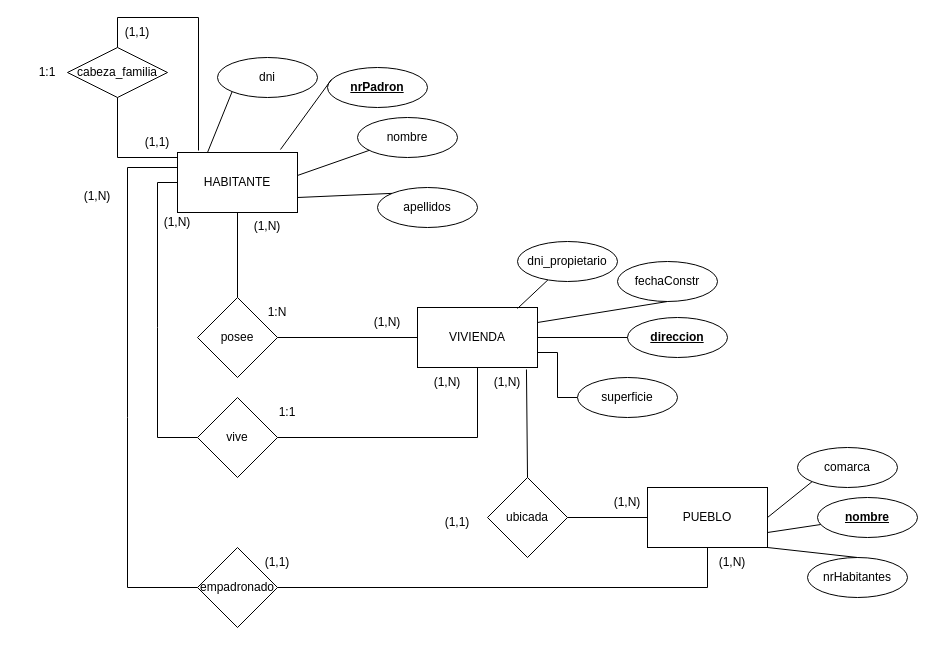
The draw.io diagram U7T2.drawio in memfu/BBDD, before the edit. Source tidied: cells renumbered, new cells numbered last; positions are measured from the earlier drawing's top-left corner, leaving out a move shared by most shapes. Both pictures are drawn from the tidied source at 100%, with x=0, y=0 at pixel (17, 17).
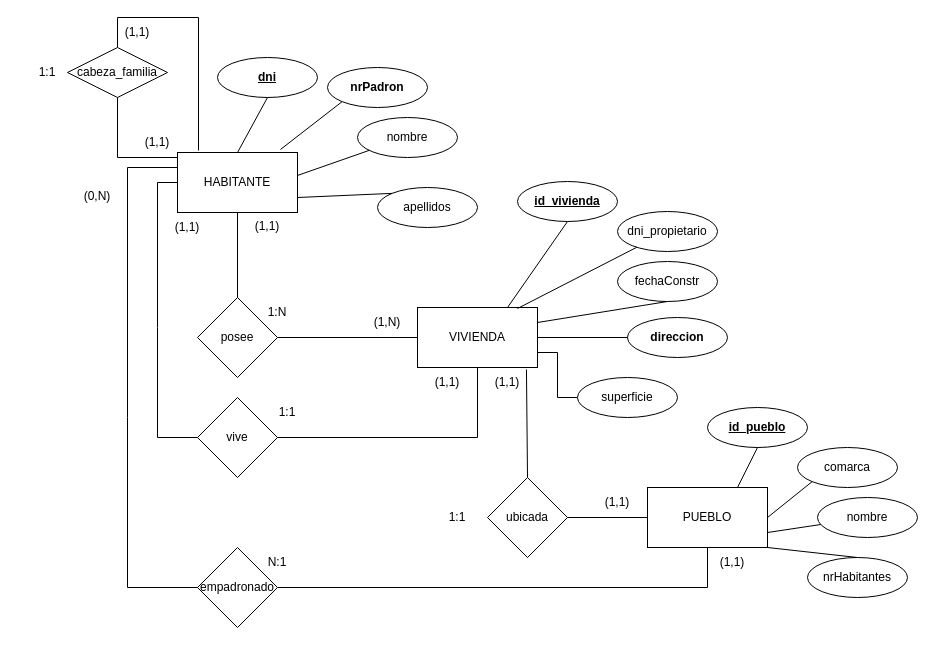
After the change.

The change refers to these unchanged cells:
```xml
<mxCell id="2" value="HABITANTE" style="rounded=0;whiteSpace=wrap;html=1;" parent="1" vertex="1">
  <mxGeometry x="160" y="135" width="120" height="60" as="geometry" />
</mxCell>
<mxCell id="3" value="VIVIENDA" style="rounded=0;whiteSpace=wrap;html=1;" parent="1" vertex="1">
  <mxGeometry x="400" y="290" width="120" height="60" as="geometry" />
</mxCell>
<mxCell id="4" value="PUEBLO" style="rounded=0;whiteSpace=wrap;html=1;" parent="1" vertex="1">
  <mxGeometry x="630" y="470" width="120" height="60" as="geometry" />
</mxCell>
```

What changed in the source:
```diff
@@
-    <mxCell id="6" value="nombre" style="ellipse;whiteSpace=wrap;html=1;fontStyle=5;" parent="1" vertex="1">
+    <mxCell id="6" value="nombre" style="ellipse;whiteSpace=wrap;html=1;fontStyle=0;" parent="1" vertex="1">
       <mxGeometry x="800" y="480" width="100" height="40" as="geometry" />
     </mxCell>
@@
-    <mxCell id="8" value="direccion" style="ellipse;whiteSpace=wrap;html=1;fontStyle=5;" parent="1" vertex="1">
+    <mxCell id="8" value="direccion" style="ellipse;whiteSpace=wrap;html=1;fontStyle=1;" parent="1" vertex="1">
       <mxGeometry x="610" y="300" width="100" height="40" as="geometry" />
     </mxCell>
@@
-    <mxCell id="13" value="&lt;b&gt;&lt;u&gt;nrPadron&lt;/u&gt;&lt;/b&gt;" style="ellipse;whiteSpace=wrap;html=1;" parent="1" vertex="1">
+    <mxCell id="13" value="&lt;b&gt;&lt;span&gt;nrPadron&lt;/span&gt;&lt;/b&gt;" style="ellipse;whiteSpace=wrap;html=1;fontStyle=0;" parent="1" vertex="1">
       <mxGeometry x="310" y="50" width="100" height="40" as="geometry" />
     </mxCell>
-    <mxCell id="14" value="dni" style="ellipse;whiteSpace=wrap;html=1;" parent="1" vertex="1">
+    <mxCell id="14" value="dni" style="ellipse;whiteSpace=wrap;html=1;fontStyle=5;" parent="1" vertex="1">
       <mxGeometry x="200" y="40" width="100" height="40" as="geometry" />
     </mxCell>
     <mxCell id="15" value="&lt;span&gt;&lt;span&gt;dni_propietario&lt;/span&gt;&lt;/span&gt;" style="ellipse;whiteSpace=wrap;html=1;fontStyle=0;" parent="1" vertex="1">
-      <mxGeometry x="500" y="224" width="100" height="40" as="geometry" />
+      <mxGeometry x="600" y="194" width="100" height="40" as="geometry" />
     </mxCell>
@@
-    <mxCell id="23" style="endArrow=none;html=1;rounded=0;entryX=0;entryY=1;entryDx=0;entryDy=0;exitX=0.25;exitY=0;exitDx=0;exitDy=0;" parent="1" edge="1" source="2" target="14">
+    <mxCell id="23" style="endArrow=none;html=1;rounded=0;entryX=0.5;entryY=1;entryDx=0;entryDy=0;exitX=0.5;exitY=0;exitDx=0;exitDy=0;" parent="1" edge="1" source="2" target="14">
       <mxGeometry relative="1" as="geometry" />
     </mxCell>
-    <mxCell id="24" style="endArrow=none;html=1;rounded=0;exitX=0.858;exitY=-0.05;exitDx=0;exitDy=0;entryX=0.04;entryY=0.3;entryDx=0;entryDy=0;entryPerimeter=0;exitPerimeter=0;" parent="1" edge="1" source="2" target="13">
+    <mxCell id="24" style="endArrow=none;html=1;rounded=0;exitX=0.858;exitY=-0.05;exitDx=0;exitDy=0;entryX=0;entryY=1;entryDx=0;entryDy=0;exitPerimeter=0;" parent="1" edge="1" source="2" target="13">
       <mxGeometry relative="1" as="geometry" />
     </mxCell>
@@
-    <mxCell id="33" value="(1,N)" style="text;html=1;strokeColor=none;fillColor=none;align=center;verticalAlign=middle;whiteSpace=wrap;rounded=0;" parent="1" vertex="1">
-      <mxGeometry x="220" y="194" width="60" height="30" as="geometry" />
-    </mxCell>
@@
-    <mxCell id="36" value="(1,N)" style="text;html=1;strokeColor=none;fillColor=none;align=center;verticalAlign=middle;whiteSpace=wrap;rounded=0;" parent="1" vertex="1">
-      <mxGeometry x="130" y="190" width="60" height="30" as="geometry" />
-    </mxCell>
-    <mxCell id="37" value="(1,N)" style="text;html=1;strokeColor=none;fillColor=none;align=center;verticalAlign=middle;whiteSpace=wrap;rounded=0;" parent="1" vertex="1">
-      <mxGeometry x="400" y="350" width="60" height="30" as="geometry" />
-    </mxCell>
@@
-    <mxCell id="42" value="(1,N)" style="text;html=1;strokeColor=none;fillColor=none;align=center;verticalAlign=middle;whiteSpace=wrap;rounded=0;" parent="1" vertex="1">
-      <mxGeometry x="460" y="350" width="60" height="30" as="geometry" />
-    </mxCell>
-    <mxCell id="43" value="(1,N)" style="text;html=1;strokeColor=none;fillColor=none;align=center;verticalAlign=middle;whiteSpace=wrap;rounded=0;" parent="1" vertex="1">
-      <mxGeometry x="580" y="470" width="60" height="30" as="geometry" />
-    </mxCell>
-    <mxCell id="44" value="(1,1)" style="text;html=1;strokeColor=none;fillColor=none;align=center;verticalAlign=middle;whiteSpace=wrap;rounded=0;" parent="1" vertex="1">
-      <mxGeometry x="410" y="490" width="60" height="30" as="geometry" />
-    </mxCell>
@@
-    <mxCell id="48" value="(1,N)" style="text;html=1;strokeColor=none;fillColor=none;align=center;verticalAlign=middle;whiteSpace=wrap;rounded=0;" parent="1" vertex="1">
+    <mxCell id="48" value="(0,N)" style="text;html=1;strokeColor=none;fillColor=none;align=center;verticalAlign=middle;whiteSpace=wrap;rounded=0;" parent="1" vertex="1">
       <mxGeometry x="50" y="164" width="60" height="30" as="geometry" />
     </mxCell>
-    <mxCell id="49" value="(1,N)" style="text;html=1;strokeColor=none;fillColor=none;align=center;verticalAlign=middle;whiteSpace=wrap;rounded=0;" parent="1" vertex="1">
+    <mxCell id="49" value="(1,1)" style="text;html=1;strokeColor=none;fillColor=none;align=center;verticalAlign=middle;whiteSpace=wrap;rounded=0;" parent="1" vertex="1">
       <mxGeometry x="685" y="530" width="60" height="30" as="geometry" />
     </mxCell>
-    <mxCell id="50" value="(1,1)" style="text;html=1;strokeColor=none;fillColor=none;align=center;verticalAlign=middle;whiteSpace=wrap;rounded=0;" parent="1" vertex="1">
+    <mxCell id="50" value="N:1" style="text;html=1;strokeColor=none;fillColor=none;align=center;verticalAlign=middle;whiteSpace=wrap;rounded=0;" parent="1" vertex="1">
       <mxGeometry x="230" y="530" width="60" height="30" as="geometry" />
     </mxCell>
@@
+    <mxCell id="57" value="id_pueblo" style="ellipse;whiteSpace=wrap;html=1;fontStyle=5;" parent="1" vertex="1">
+      <mxGeometry x="690" y="390" width="100" height="40" as="geometry" />
+    </mxCell>
+    <mxCell id="58" style="endArrow=none;html=1;rounded=0;entryX=0.75;entryY=0;entryDx=0;entryDy=0;exitX=0.5;exitY=1;exitDx=0;exitDy=0;" parent="1" edge="1" source="57" target="4">
+      <mxGeometry relative="1" as="geometry" />
+    </mxCell>
+    <mxCell id="59" value="id_vivienda" style="ellipse;whiteSpace=wrap;html=1;fontStyle=5;" parent="1" vertex="1">
+      <mxGeometry x="500" y="164" width="100" height="40" as="geometry" />
+    </mxCell>
+    <mxCell id="60" style="endArrow=none;html=1;rounded=0;exitX=0.75;exitY=0;exitDx=0;exitDy=0;entryX=0.5;entryY=1;entryDx=0;entryDy=0;" parent="1" edge="1" source="3" target="59">
+      <mxGeometry relative="1" as="geometry" />
+    </mxCell>
+    <mxCell id="61" value="(1,1)" style="text;html=1;strokeColor=none;fillColor=none;align=center;verticalAlign=middle;whiteSpace=wrap;rounded=0;" parent="1" vertex="1">
+      <mxGeometry x="140" y="195" width="60" height="30" as="geometry" />
+    </mxCell>
+    <mxCell id="62" value="(1,1)" style="text;html=1;strokeColor=none;fillColor=none;align=center;verticalAlign=middle;whiteSpace=wrap;rounded=0;" parent="1" vertex="1">
+      <mxGeometry x="220" y="194" width="60" height="30" as="geometry" />
+    </mxCell>
+    <mxCell id="63" value="(1,1)" style="text;html=1;strokeColor=none;fillColor=none;align=center;verticalAlign=middle;whiteSpace=wrap;rounded=0;" parent="1" vertex="1">
+      <mxGeometry x="570" y="470" width="60" height="30" as="geometry" />
+    </mxCell>
+    <mxCell id="64" value="(1,1)" style="text;html=1;strokeColor=none;fillColor=none;align=center;verticalAlign=middle;whiteSpace=wrap;rounded=0;" parent="1" vertex="1">
+      <mxGeometry x="400" y="350" width="60" height="30" as="geometry" />
+    </mxCell>
+    <mxCell id="65" value="(1,1)" style="text;html=1;strokeColor=none;fillColor=none;align=center;verticalAlign=middle;whiteSpace=wrap;rounded=0;" parent="1" vertex="1">
+      <mxGeometry x="460" y="350" width="60" height="30" as="geometry" />
+    </mxCell>
+    <mxCell id="66" value="1:1" style="text;html=1;strokeColor=none;fillColor=none;align=center;verticalAlign=middle;whiteSpace=wrap;rounded=0;" parent="1" vertex="1">
+      <mxGeometry x="410" y="485" width="60" height="30" as="geometry" />
+    </mxCell>
```
